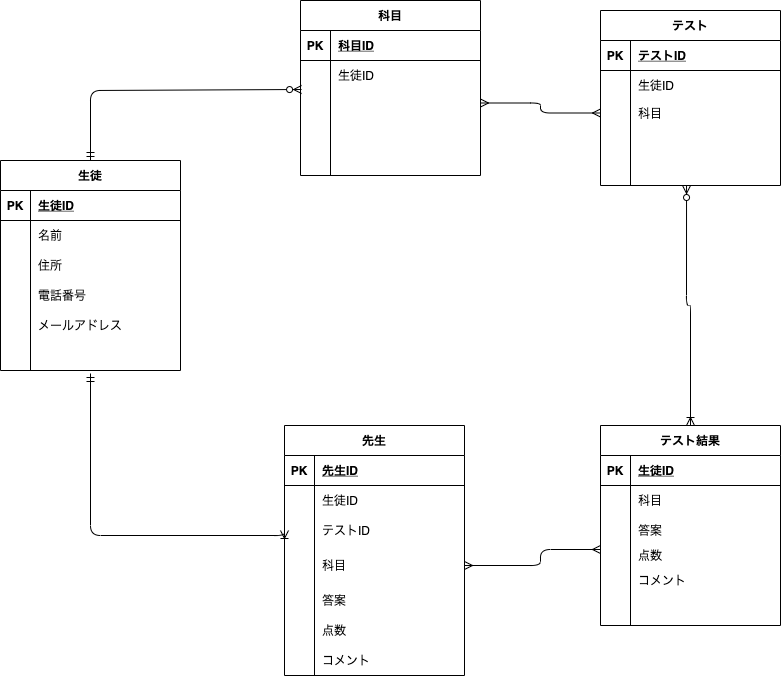
Earlier version of the draw.io export ERtest.drawio.png (Ufaa/DB20210802goto). Source tidied: cells renumbered, new cells last; positions are measured from the earlier drawing's top-left corner, leaving out a move shared by most shapes.
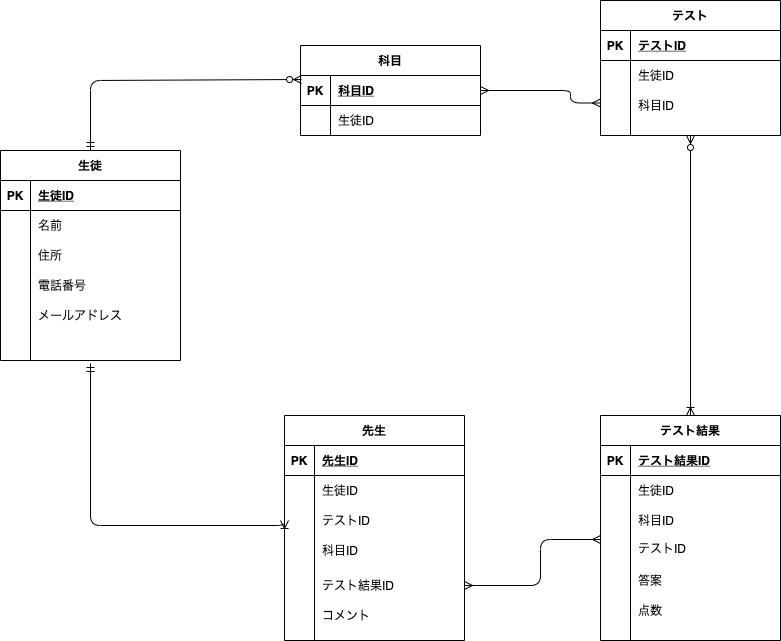
After the commit.

Diff of the diagram source:
```diff
@@ -3,7 +3,7 @@
     <mxCell id="0" />
     <mxCell id="1" parent="0" />
     <mxCell id="2" value="先生" style="shape=table;startSize=30;rowLines=0;fontStyle=1;align=center;" parent="1" vertex="1">
-      <mxGeometry x="284" y="425" width="180" height="250" as="geometry" />
+      <mxGeometry x="284" y="425" width="180" height="225" as="geometry" />
     </mxCell>
     <mxCell id="3" style="shape=partialRectangle;fillColor=none;top=0;left=0;bottom=1;right=0;" parent="2" vertex="1">
       <mxGeometry y="30" width="180" height="30" as="geometry" />
@@ -32,44 +32,35 @@
     <mxCell id="11" value="テストID" style="shape=partialRectangle;fillColor=none;top=0;left=0;bottom=0;right=0;align=left;spacingLeft=6;overflow=hidden;" parent="9" vertex="1">
       <mxGeometry x="30" width="150" height="30" as="geometry" />
     </mxCell>
+    <mxCell id="99" style="shape=partialRectangle;fillColor=none;top=0;left=0;bottom=0;right=0;" parent="2" vertex="1">
+      <mxGeometry y="120" width="180" height="30" as="geometry" />
+    </mxCell>
+    <mxCell id="100" style="shape=partialRectangle;fillColor=none;top=0;left=0;bottom=0;right=0;overflow=hidden;" parent="99" vertex="1">
+      <mxGeometry width="30" height="30" as="geometry" />
+    </mxCell>
+    <mxCell id="101" value="科目ID" style="shape=partialRectangle;fillColor=none;top=0;left=0;bottom=0;right=0;align=left;spacingLeft=6;overflow=hidden;" parent="99" vertex="1">
+      <mxGeometry x="30" width="150" height="30" as="geometry" />
+    </mxCell>
     <mxCell id="12" style="shape=partialRectangle;fillColor=none;top=0;left=0;bottom=0;right=0;points=[[0,0.5],[1,0.5]];portConstraint=eastwest;" parent="2" vertex="1">
-      <mxGeometry y="120" width="180" height="40" as="geometry" />
+      <mxGeometry y="150" width="180" height="40" as="geometry" />
     </mxCell>
     <mxCell id="13" style="shape=partialRectangle;fillColor=none;top=0;left=0;bottom=0;right=0;overflow=hidden;" parent="12" vertex="1">
       <mxGeometry width="30" height="40" as="geometry" />
     </mxCell>
-    <mxCell id="14" value="科目" style="shape=partialRectangle;fillColor=none;top=0;left=0;bottom=0;right=0;align=left;spacingLeft=6;overflow=hidden;" parent="12" vertex="1">
+    <mxCell id="14" value="テスト結果ID" style="shape=partialRectangle;fillColor=none;top=0;left=0;bottom=0;right=0;align=left;spacingLeft=6;overflow=hidden;" parent="12" vertex="1">
       <mxGeometry x="30" width="150" height="40" as="geometry" />
     </mxCell>
-    <mxCell id="15" style="shape=partialRectangle;fillColor=none;top=0;left=0;bottom=0;right=0;" parent="2" vertex="1">
-      <mxGeometry y="160" width="180" height="30" as="geometry" />
-    </mxCell>
-    <mxCell id="16" style="shape=partialRectangle;fillColor=none;top=0;left=0;bottom=0;right=0;overflow=hidden;" parent="15" vertex="1">
-      <mxGeometry width="30" height="30" as="geometry" />
-    </mxCell>
-    <mxCell id="17" value="答案" style="shape=partialRectangle;fillColor=none;top=0;left=0;bottom=0;right=0;align=left;spacingLeft=6;overflow=hidden;" parent="15" vertex="1">
-      <mxGeometry x="30" width="150" height="30" as="geometry" />
-    </mxCell>
-    <mxCell id="18" style="shape=partialRectangle;fillColor=none;top=0;left=0;bottom=0;right=0;" parent="2" vertex="1">
-      <mxGeometry y="190" width="180" height="30" as="geometry" />
-    </mxCell>
-    <mxCell id="19" style="shape=partialRectangle;fillColor=none;top=0;left=0;bottom=0;right=0;overflow=hidden;" parent="18" vertex="1">
-      <mxGeometry width="30" height="30" as="geometry" />
-    </mxCell>
-    <mxCell id="20" value="点数" style="shape=partialRectangle;fillColor=none;top=0;left=0;bottom=0;right=0;align=left;spacingLeft=6;overflow=hidden;" parent="18" vertex="1">
-      <mxGeometry x="30" width="150" height="30" as="geometry" />
-    </mxCell>
     <mxCell id="21" style="shape=partialRectangle;fillColor=none;top=0;left=0;bottom=0;right=0;" parent="2" vertex="1">
-      <mxGeometry y="220" width="180" height="30" as="geometry" />
+      <mxGeometry y="190" width="180" height="20" as="geometry" />
     </mxCell>
     <mxCell id="22" style="shape=partialRectangle;fillColor=none;top=0;left=0;bottom=0;right=0;overflow=hidden;" parent="21" vertex="1">
-      <mxGeometry width="30" height="30" as="geometry" />
+      <mxGeometry width="30" height="20" as="geometry" />
     </mxCell>
     <mxCell id="23" value="コメント" style="shape=partialRectangle;fillColor=none;top=0;left=0;bottom=0;right=0;align=left;spacingLeft=6;overflow=hidden;" parent="21" vertex="1">
-      <mxGeometry x="30" width="150" height="30" as="geometry" />
+      <mxGeometry x="30" width="150" height="20" as="geometry" />
     </mxCell>
     <mxCell id="24" value="テスト" style="shape=table;startSize=30;rowLines=0;fontStyle=1;align=center;" parent="1" vertex="1">
-      <mxGeometry x="600" y="10" width="180" height="175" as="geometry" />
+      <mxGeometry x="600" y="10" width="180" height="135" as="geometry" />
     </mxCell>
     <mxCell id="25" style="shape=partialRectangle;fillColor=none;top=0;left=0;bottom=1;right=0;" parent="24" vertex="1">
       <mxGeometry y="30" width="180" height="30" as="geometry" />
@@ -89,33 +80,15 @@
     <mxCell id="30" value="生徒ID" style="shape=partialRectangle;fillColor=none;top=0;left=0;bottom=0;right=0;align=left;spacingLeft=6;overflow=hidden;" parent="28" vertex="1">
       <mxGeometry x="30" width="150" height="30" as="geometry" />
     </mxCell>
-    <mxCell id="31" style="shape=partialRectangle;fillColor=none;top=0;left=0;bottom=0;right=0;points=[[0,0.5],[1,0.5]];portConstraint=eastwest;" parent="24" vertex="1">
-      <mxGeometry y="90" width="180" height="25" as="geometry" />
-    </mxCell>
-    <mxCell id="32" style="shape=partialRectangle;fillColor=none;top=0;left=0;bottom=0;right=0;overflow=hidden;" parent="31" vertex="1">
-      <mxGeometry width="30" height="25" as="geometry" />
-    </mxCell>
-    <mxCell id="33" value="科目" style="shape=partialRectangle;fillColor=none;top=0;left=0;bottom=0;right=0;align=left;spacingLeft=6;overflow=hidden;" parent="31" vertex="1">
-      <mxGeometry x="30" width="150" height="25" as="geometry" />
-    </mxCell>
-    <mxCell id="34" style="shape=partialRectangle;fillColor=none;top=0;left=0;bottom=0;right=0;" parent="24" vertex="1">
-      <mxGeometry y="115" width="180" height="30" as="geometry" />
-    </mxCell>
-    <mxCell id="35" style="shape=partialRectangle;fillColor=none;top=0;left=0;bottom=0;right=0;overflow=hidden;" parent="34" vertex="1">
-      <mxGeometry width="30" height="30" as="geometry" />
-    </mxCell>
-    <mxCell id="36" style="shape=partialRectangle;fillColor=none;top=0;left=0;bottom=0;right=0;align=left;spacingLeft=6;overflow=hidden;" parent="34" vertex="1">
-      <mxGeometry x="30" width="150" height="30" as="geometry" />
-    </mxCell>
-    <mxCell id="37" style="shape=partialRectangle;fillColor=none;top=0;left=0;bottom=0;right=0;points=[[0,0.5],[1,0.5]];portConstraint=eastwest;" parent="24" vertex="1">
-      <mxGeometry y="145" width="180" height="30" as="geometry" />
-    </mxCell>
-    <mxCell id="38" style="shape=partialRectangle;fillColor=none;top=0;left=0;bottom=0;right=0;overflow=hidden;" parent="37" vertex="1">
-      <mxGeometry width="30" height="30" as="geometry" />
-    </mxCell>
-    <mxCell id="39" style="shape=partialRectangle;fillColor=none;top=0;left=0;bottom=0;right=0;align=left;spacingLeft=6;overflow=hidden;" parent="37" vertex="1">
-      <mxGeometry x="30" width="150" height="30" as="geometry" />
-    </mxCell>
+    <mxCell id="102" style="shape=partialRectangle;fillColor=none;top=0;left=0;bottom=0;right=0;" parent="24" vertex="1">
+      <mxGeometry y="90" width="180" height="30" as="geometry" />
+    </mxCell>
+    <mxCell id="103" style="shape=partialRectangle;fillColor=none;top=0;left=0;bottom=0;right=0;overflow=hidden;" parent="102" vertex="1">
+      <mxGeometry width="30" height="30" as="geometry" />
+    </mxCell>
+    <mxCell id="104" value="科目ID" style="shape=partialRectangle;fillColor=none;top=0;left=0;bottom=0;right=0;align=left;spacingLeft=6;overflow=hidden;" parent="102" vertex="1">
+      <mxGeometry x="30" width="150" height="30" as="geometry" />
+    </mxCell>
     <mxCell id="40" value="生徒" style="shape=table;startSize=30;rowLines=0;fontStyle=1;align=center;" parent="1" vertex="1">
       <mxGeometry y="160" width="180" height="210" as="geometry" />
     </mxCell>
@@ -174,7 +147,7 @@
       <mxGeometry x="30" width="150" height="30" as="geometry" />
     </mxCell>
     <mxCell id="59" value="テスト結果" style="shape=table;startSize=30;rowLines=0;fontStyle=1;align=center;" parent="1" vertex="1">
-      <mxGeometry x="600" y="425" width="180" height="200" as="geometry" />
+      <mxGeometry x="600" y="425" width="180" height="225" as="geometry" />
     </mxCell>
     <mxCell id="60" style="shape=partialRectangle;fillColor=none;top=0;left=0;bottom=1;right=0;" parent="59" vertex="1">
       <mxGeometry y="30" width="180" height="30" as="geometry" />
@@ -182,29 +155,47 @@
     <mxCell id="61" value="PK" style="shape=partialRectangle;fillColor=none;top=0;left=0;bottom=0;right=0;fontStyle=1;overflow=hidden;" parent="60" vertex="1">
       <mxGeometry width="30" height="30" as="geometry" />
     </mxCell>
-    <mxCell id="62" value="生徒ID" style="shape=partialRectangle;fillColor=none;top=0;left=0;bottom=0;right=0;align=left;spacingLeft=6;fontStyle=5;overflow=hidden;" parent="60" vertex="1">
+    <mxCell id="62" value="テスト結果ID" style="shape=partialRectangle;fillColor=none;top=0;left=0;bottom=0;right=0;align=left;spacingLeft=6;fontStyle=5;overflow=hidden;" parent="60" vertex="1">
       <mxGeometry x="30" width="150" height="30" as="geometry" />
     </mxCell>
+    <mxCell id="75" style="shape=partialRectangle;fillColor=none;top=0;left=0;bottom=0;right=0;" parent="59" vertex="1">
+      <mxGeometry y="60" width="180" height="30" as="geometry" />
+    </mxCell>
+    <mxCell id="76" style="shape=partialRectangle;fillColor=none;top=0;left=0;bottom=0;right=0;overflow=hidden;" parent="75" vertex="1">
+      <mxGeometry width="30" height="30" as="geometry" />
+    </mxCell>
+    <mxCell id="77" value="生徒ID" style="shape=partialRectangle;fillColor=none;top=0;left=0;bottom=0;right=0;align=left;spacingLeft=6;overflow=hidden;" parent="75" vertex="1">
+      <mxGeometry x="30" width="150" height="30" as="geometry" />
+    </mxCell>
     <mxCell id="63" style="shape=partialRectangle;fillColor=none;top=0;left=0;bottom=0;right=0;" parent="59" vertex="1">
-      <mxGeometry y="60" width="180" height="30" as="geometry" />
+      <mxGeometry y="90" width="180" height="30" as="geometry" />
     </mxCell>
     <mxCell id="64" style="shape=partialRectangle;fillColor=none;top=0;left=0;bottom=0;right=0;overflow=hidden;" parent="63" vertex="1">
       <mxGeometry width="30" height="30" as="geometry" />
     </mxCell>
-    <mxCell id="65" value="科目" style="shape=partialRectangle;fillColor=none;top=0;left=0;bottom=0;right=0;align=left;spacingLeft=6;overflow=hidden;" parent="63" vertex="1">
+    <mxCell id="65" value="科目ID" style="shape=partialRectangle;fillColor=none;top=0;left=0;bottom=0;right=0;align=left;spacingLeft=6;overflow=hidden;" parent="63" vertex="1">
       <mxGeometry x="30" width="150" height="30" as="geometry" />
     </mxCell>
+    <mxCell id="105" style="shape=partialRectangle;fillColor=none;top=0;left=0;bottom=0;right=0;" parent="59" vertex="1">
+      <mxGeometry y="120" width="180" height="25" as="geometry" />
+    </mxCell>
+    <mxCell id="106" style="shape=partialRectangle;fillColor=none;top=0;left=0;bottom=0;right=0;overflow=hidden;" parent="105" vertex="1">
+      <mxGeometry width="30" height="25" as="geometry" />
+    </mxCell>
+    <mxCell id="107" value="テストID" style="shape=partialRectangle;fillColor=none;top=0;left=0;bottom=0;right=0;align=left;spacingLeft=6;overflow=hidden;" parent="105" vertex="1">
+      <mxGeometry x="30" width="150" height="25" as="geometry" />
+    </mxCell>
     <mxCell id="66" style="shape=partialRectangle;fillColor=none;top=0;left=0;bottom=0;right=0;" parent="59" vertex="1">
-      <mxGeometry y="90" width="180" height="30" as="geometry" />
+      <mxGeometry y="145" width="180" height="40" as="geometry" />
     </mxCell>
     <mxCell id="67" style="shape=partialRectangle;fillColor=none;top=0;left=0;bottom=0;right=0;overflow=hidden;" parent="66" vertex="1">
-      <mxGeometry width="30" height="30" as="geometry" />
+      <mxGeometry width="30" height="40" as="geometry" />
     </mxCell>
     <mxCell id="68" value="答案" style="shape=partialRectangle;fillColor=none;top=0;left=0;bottom=0;right=0;align=left;spacingLeft=6;overflow=hidden;" parent="66" vertex="1">
-      <mxGeometry x="30" width="150" height="30" as="geometry" />
+      <mxGeometry x="30" width="150" height="40" as="geometry" />
     </mxCell>
     <mxCell id="69" style="shape=partialRectangle;fillColor=none;top=0;left=0;bottom=0;right=0;" parent="59" vertex="1">
-      <mxGeometry y="120" width="180" height="20" as="geometry" />
+      <mxGeometry y="185" width="180" height="20" as="geometry" />
     </mxCell>
     <mxCell id="70" style="shape=partialRectangle;fillColor=none;top=0;left=0;bottom=0;right=0;overflow=hidden;" parent="69" vertex="1">
       <mxGeometry width="30" height="20" as="geometry" />
@@ -212,32 +203,15 @@
     <mxCell id="71" value="点数" style="shape=partialRectangle;fillColor=none;top=0;left=0;bottom=0;right=0;align=left;spacingLeft=6;overflow=hidden;" parent="69" vertex="1">
       <mxGeometry x="30" width="150" height="20" as="geometry" />
     </mxCell>
-    <mxCell id="72" style="shape=partialRectangle;fillColor=none;top=0;left=0;bottom=0;right=0;" parent="59" vertex="1">
-      <mxGeometry y="140" width="180" height="30" as="geometry" />
-    </mxCell>
-    <mxCell id="73" style="shape=partialRectangle;fillColor=none;top=0;left=0;bottom=0;right=0;overflow=hidden;" parent="72" vertex="1">
-      <mxGeometry width="30" height="30" as="geometry" />
-    </mxCell>
-    <mxCell id="74" value="コメント" style="shape=partialRectangle;fillColor=none;top=0;left=0;bottom=0;right=0;align=left;spacingLeft=6;overflow=hidden;" parent="72" vertex="1">
-      <mxGeometry x="30" width="150" height="30" as="geometry" />
-    </mxCell>
-    <mxCell id="75" style="shape=partialRectangle;fillColor=none;top=0;left=0;bottom=0;right=0;" parent="59" vertex="1">
-      <mxGeometry y="170" width="180" height="30" as="geometry" />
-    </mxCell>
-    <mxCell id="76" style="shape=partialRectangle;fillColor=none;top=0;left=0;bottom=0;right=0;overflow=hidden;" parent="75" vertex="1">
-      <mxGeometry width="30" height="30" as="geometry" />
-    </mxCell>
-    <mxCell id="77" style="shape=partialRectangle;fillColor=none;top=0;left=0;bottom=0;right=0;align=left;spacingLeft=6;overflow=hidden;" parent="75" vertex="1">
-      <mxGeometry x="30" width="150" height="30" as="geometry" />
-    </mxCell>
-    <mxCell id="78" style="fontSize=12;html=1;endArrow=ERzeroToMany;startArrow=ERmandOne;exitX=0.5;exitY=0;exitDx=0;exitDy=0;edgeStyle=orthogonalEdgeStyle;entryX=0.006;entryY=-0.04;entryDx=0;entryDy=0;entryPerimeter=0;" parent="1" edge="1" source="40" target="89">
+    <mxCell id="78" style="fontSize=12;html=1;endArrow=ERzeroToMany;startArrow=ERmandOne;exitX=0.5;exitY=0;exitDx=0;exitDy=0;edgeStyle=orthogonalEdgeStyle;entryX=0.006;entryY=-0.04;entryDx=0;entryDy=0;entryPerimeter=0;" parent="1" edge="1" source="40">
       <mxGeometry relative="1" as="geometry">
+        <mxPoint x="301.1" y="89" as="targetPoint" />
         <Array as="points">
           <mxPoint x="90" y="90" />
         </Array>
       </mxGeometry>
     </mxCell>
-    <mxCell id="79" style="fontSize=12;html=1;endArrow=ERoneToMany;startArrow=ERzeroToMany;entryX=0.5;entryY=0;entryDx=0;entryDy=0;edgeStyle=orthogonalEdgeStyle;exitX=0.478;exitY=1;exitDx=0;exitDy=0;exitPerimeter=0;" parent="1" edge="1" source="37" target="59">
+    <mxCell id="79" style="fontSize=12;html=1;endArrow=ERoneToMany;startArrow=ERzeroToMany;entryX=0.5;entryY=0;entryDx=0;entryDy=0;edgeStyle=orthogonalEdgeStyle;exitX=0.5;exitY=1;exitDx=0;exitDy=0;" parent="1" edge="1" source="24" target="59">
       <mxGeometry relative="1" as="geometry" />
     </mxCell>
     <mxCell id="80" style="fontSize=12;html=1;endArrow=ERoneToMany;startArrow=ERmandOne;entryX=0;entryY=0.5;entryDx=0;entryDy=0;exitX=0.5;exitY=1.1;exitDx=0;exitDy=0;exitPerimeter=0;edgeStyle=orthogonalEdgeStyle;" parent="1" edge="1" source="56" target="9">
@@ -256,7 +230,7 @@
       </mxGeometry>
     </mxCell>
     <mxCell id="82" value="科目" style="shape=table;startSize=30;rowLines=0;fontStyle=1;align=center;" parent="1" vertex="1">
-      <mxGeometry x="300" width="180" height="175" as="geometry" />
+      <mxGeometry x="300" y="55" width="180" height="90" as="geometry" />
     </mxCell>
     <mxCell id="83" style="shape=partialRectangle;fillColor=none;top=0;left=0;bottom=1;right=0;points=[[0,0.5],[1,0.5]];portConstraint=eastwest;" parent="82" vertex="1">
       <mxGeometry y="30" width="180" height="30" as="geometry" />
@@ -276,35 +250,14 @@
     <mxCell id="88" value="生徒ID" style="shape=partialRectangle;fillColor=none;top=0;left=0;bottom=0;right=0;align=left;spacingLeft=6;overflow=hidden;" parent="86" vertex="1">
       <mxGeometry x="30" width="150" height="30" as="geometry" />
     </mxCell>
-    <mxCell id="89" style="shape=partialRectangle;fillColor=none;top=0;left=0;bottom=0;right=0;points=[[0,0.5],[1,0.5]];portConstraint=eastwest;" parent="82" vertex="1">
-      <mxGeometry y="90" width="180" height="25" as="geometry" />
-    </mxCell>
-    <mxCell id="90" style="shape=partialRectangle;fillColor=none;top=0;left=0;bottom=0;right=0;overflow=hidden;" parent="89" vertex="1">
-      <mxGeometry width="30" height="25" as="geometry" />
-    </mxCell>
-    <mxCell id="91" style="shape=partialRectangle;fillColor=none;top=0;left=0;bottom=0;right=0;align=left;spacingLeft=6;overflow=hidden;" parent="89" vertex="1">
-      <mxGeometry x="30" width="150" height="25" as="geometry" />
-    </mxCell>
-    <mxCell id="92" style="shape=partialRectangle;fillColor=none;top=0;left=0;bottom=0;right=0;" parent="82" vertex="1">
-      <mxGeometry y="115" width="180" height="30" as="geometry" />
-    </mxCell>
-    <mxCell id="93" style="shape=partialRectangle;fillColor=none;top=0;left=0;bottom=0;right=0;overflow=hidden;" parent="92" vertex="1">
-      <mxGeometry width="30" height="30" as="geometry" />
-    </mxCell>
-    <mxCell id="94" style="shape=partialRectangle;fillColor=none;top=0;left=0;bottom=0;right=0;align=left;spacingLeft=6;overflow=hidden;" parent="92" vertex="1">
-      <mxGeometry x="30" width="150" height="30" as="geometry" />
-    </mxCell>
-    <mxCell id="95" style="shape=partialRectangle;fillColor=none;top=0;left=0;bottom=0;right=0;" parent="82" vertex="1">
-      <mxGeometry y="145" width="180" height="30" as="geometry" />
-    </mxCell>
-    <mxCell id="96" style="shape=partialRectangle;fillColor=none;top=0;left=0;bottom=0;right=0;overflow=hidden;" parent="95" vertex="1">
-      <mxGeometry width="30" height="30" as="geometry" />
-    </mxCell>
-    <mxCell id="97" style="shape=partialRectangle;fillColor=none;top=0;left=0;bottom=0;right=0;align=left;spacingLeft=6;overflow=hidden;" parent="95" vertex="1">
-      <mxGeometry x="30" width="150" height="30" as="geometry" />
-    </mxCell>
-    <mxCell id="98" style="fontSize=12;html=1;endArrow=ERmany;startArrow=ERmany;fontColor=#FFFFFF;exitX=0;exitY=0.5;exitDx=0;exitDy=0;edgeStyle=orthogonalEdgeStyle;entryX=1;entryY=0.5;entryDx=0;entryDy=0;" parent="1" edge="1" source="31" target="89">
-      <mxGeometry relative="1" as="geometry" />
+    <mxCell id="98" style="fontSize=12;html=1;endArrow=ERmany;startArrow=ERmany;fontColor=#FFFFFF;exitX=0;exitY=0.5;exitDx=0;exitDy=0;edgeStyle=orthogonalEdgeStyle;entryX=1;entryY=0.5;entryDx=0;entryDy=0;" parent="1" edge="1" target="83">
+      <mxGeometry relative="1" as="geometry">
+        <mxPoint x="600" y="112.5" as="sourcePoint" />
+        <Array as="points">
+          <mxPoint x="570" y="113" />
+          <mxPoint x="570" y="100" />
+        </Array>
+      </mxGeometry>
     </mxCell>
   </root>
 </mxGraphModel>
```
